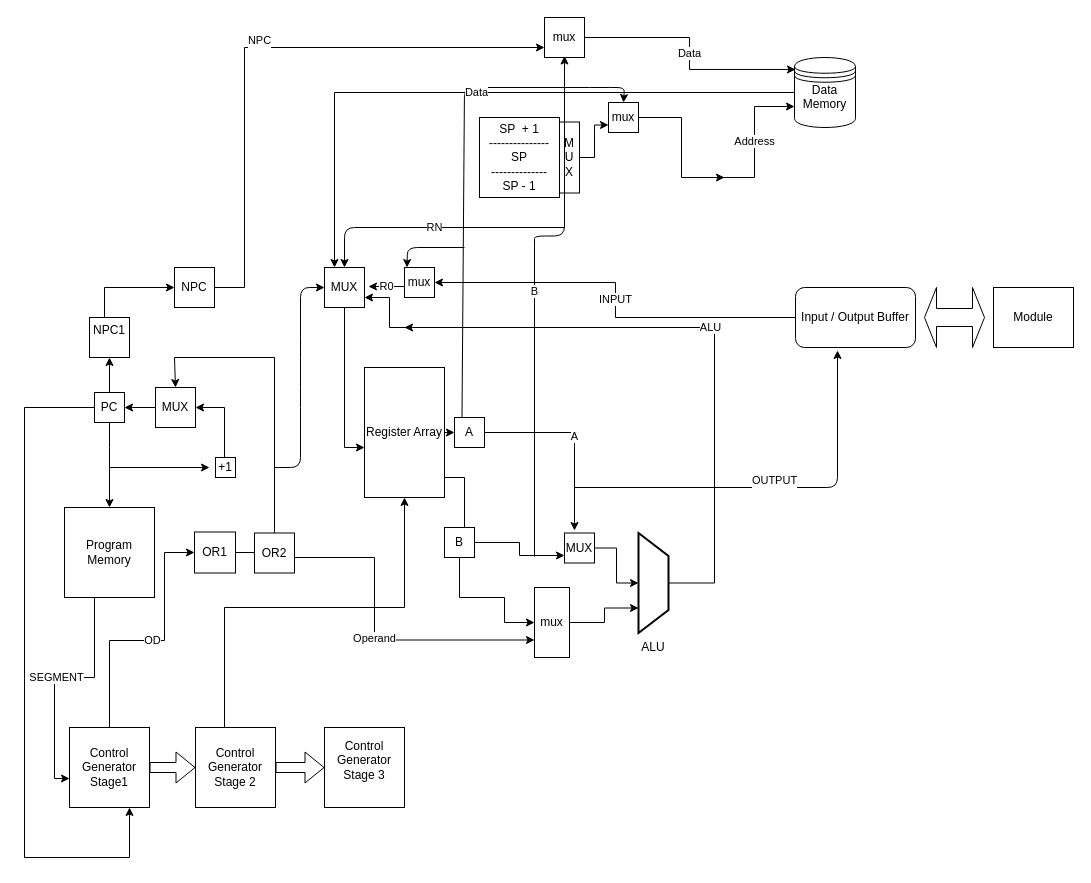
Before: architecture.drawio in Aditya-11/RNBIP-2-Processor, a draw.io diagram. Source tidied: cells renumbered, new cells numbered last; positions are measured from the earlier drawing's top-left corner, leaving out a move shared by most shapes. Both pictures are drawn from the tidied source at 100%, with x=0, y=0 at pixel (24, 17).
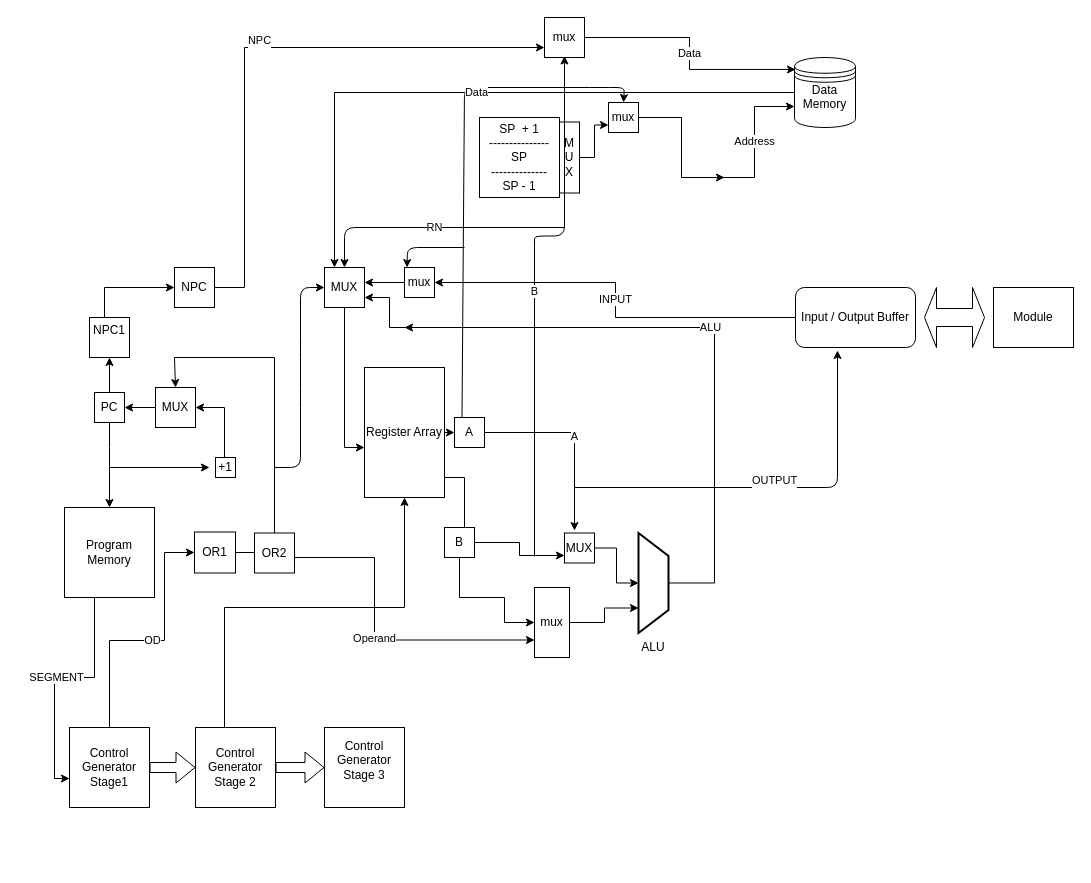
After the change.

The change refers to these unchanged cells:
```xml
<mxCell id="13" value="PC" style="whiteSpace=wrap;html=1;" parent="1" vertex="1">
  <mxGeometry x="70" y="375" width="30" height="30" as="geometry" />
</mxCell>
<mxCell id="42" value="MUX" style="whiteSpace=wrap;html=1;" parent="1" vertex="1">
  <mxGeometry x="300" y="250" width="40" height="40" as="geometry" />
</mxCell>
<mxCell id="52" value="mux" style="whiteSpace=wrap;html=1;" parent="1" vertex="1">
  <mxGeometry x="380" y="250" width="30" height="30" as="geometry" />
</mxCell>
<mxCell id="66" value="&lt;div&gt;Control&lt;/div&gt;&lt;div&gt;Generator&lt;/div&gt;&lt;div&gt;Stage1&lt;br&gt;&lt;/div&gt;" style="whiteSpace=wrap;html=1;" parent="1" vertex="1">
  <mxGeometry x="45" y="710" width="80" height="80" as="geometry" />
</mxCell>
```

Diff of the diagram source:
```diff
@@
-    <mxCell id="12" style="edgeStyle=orthogonalEdgeStyle;rounded=0;jettySize=auto;html=1;entryX=0.75;entryY=1;entryDx=0;entryDy=0;" parent="1" edge="1" source="13" target="66">
-      <mxGeometry relative="1" as="geometry">
-        <Array as="points">
-          <mxPoint y="390" />
-          <mxPoint y="840" />
-          <mxPoint x="105" y="840" />
-        </Array>
-      </mxGeometry>
-    </mxCell>
@@
-    <mxCell id="43" value="R0" style="endArrow=classic;html=1;entryX=1;entryY=0.5;entryDx=0;entryDy=0;" parent="1" edge="1">
-      <mxGeometry relative="1" as="geometry">
-        <mxPoint x="380" y="269" as="sourcePoint" />
-        <mxPoint x="344" y="269" as="targetPoint" />
-      </mxGeometry>
-    </mxCell>
@@
+    <mxCell id="69" style="edgeStyle=orthogonalEdgeStyle;rounded=0;jettySize=auto;html=1;" parent="1" edge="1" source="52" target="42">
+      <mxGeometry relative="1" as="geometry">
+        <Array as="points">
+          <mxPoint x="380" y="270" />
+          <mxPoint x="380" y="270" />
+        </Array>
+      </mxGeometry>
+    </mxCell>
```
